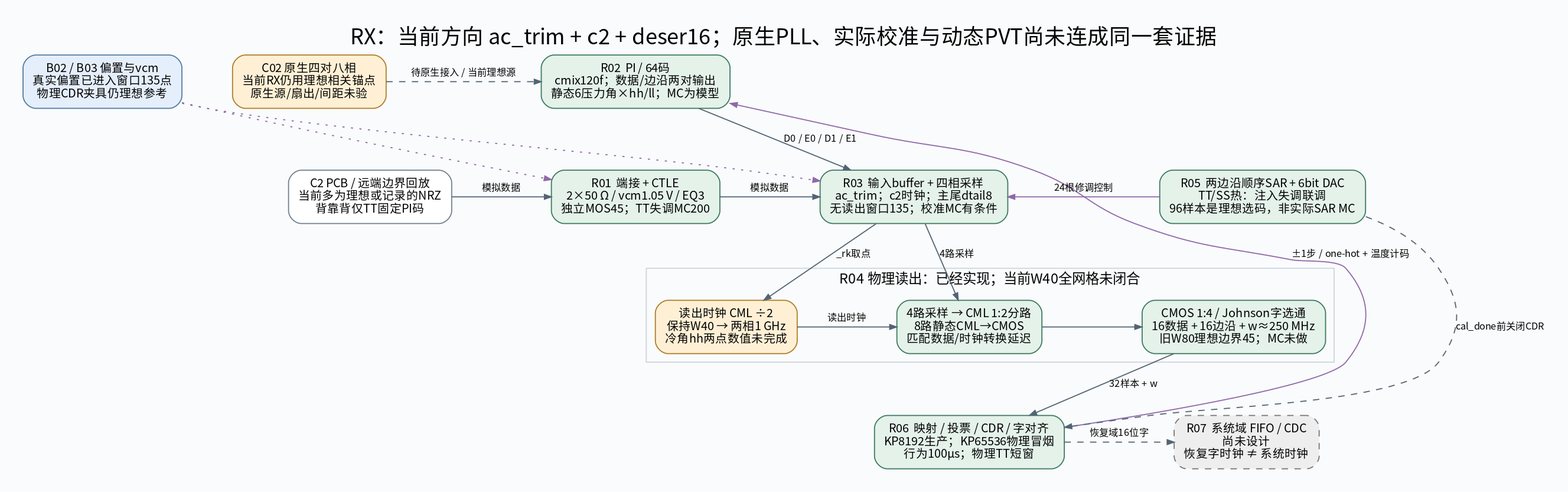
This is docs/figures/system/rx_blocks.png from whitedeerpro-arch/serdes_sky130, a Graphviz export, as it was before one commit. Its source is kept beside it as docs/figures/system/rx_blocks.dot. Source of this version:
```dot
digraph rx_blocks {
  graph [rankdir=TB, bgcolor="#fafbfc", pad=0.3, nodesep=0.65, ranksep=0.65, fontname="Noto Sans CJK SC", fontsize=20,
         labelloc=t, label="RX：当前方向 ac_trim + c2 + deser16；原生PLL、实际校准与动态PVT尚未连成同一套证据"];
  node [shape=box, style="rounded,filled", fillcolor="#e4f2ea", color="#3d7960", fontname="Noto Sans CJK SC", fontsize=11, margin="0.12,0.1"];
  edge [color="#526474", arrowsize=0.65, fontname="Noto Sans CJK SC", fontsize=9];
  INPUT [label="C2 PCB / 远端边界回放\n当前多为理想或记录的NRZ\n背靠背仅TT固定PI码", fillcolor="white", color="#708090"];
  ANCHOR [label="C02 原生四对八相\n当前RX仍用理想相关锚点\n原生源/扇出/间距未验", fillcolor="#fff0d5", color="#ae7d28"];
  BIAS [label="B02 / B03 偏置与vcm\n真实偏置已进入窗口135点\n物理CDR夹具仍理想参考", fillcolor="#e5eefb", color="#527ba0"];
  R01 [label="R01  端接 + CTLE\n2×50 Ω / vcm1.05 V / EQ3\n独立MOS45；TT失调MC200"];
  R02 [label="R02  PI / 64码\ncmix120f；数据/边沿两对输出\n静态6压力角×hh/ll；MC为模型"];
  R03 [label="R03  输入buffer + 四相采样\nac_trim；c2时钟；主尾dtail8\n无读出窗口135；校准MC有条件"];
  subgraph cluster_readout {
    label="R04 物理读出：已经实现；当前W40全网格未闭合"; color="#cbd6de"; fontsize=13;
    DIV [label="读出时钟 CML ÷2\n保持W40 → 两相1 GHz\n冷角hh两点数值未完成", fillcolor="#fff0d5", color="#ae7d28"];
    DEMUX [label="4路采样 → CML 1:2分路\n8路静态CML→CMOS\n匹配数据/时钟转换延迟"];
    DESER [label="CMOS 1:4 / Johnson字选通\n16数据 + 16边沿 + w≈250 MHz\n旧W80理想边界45；MC未做"];
    {rank=same; DIV; DEMUX; DESER;}
    DIV -> DEMUX [label="读出时钟"];
    DEMUX -> DESER;
  }
  R06 [label="R06  映射 / 投票 / CDR / 字对齐\nKP8192生产；KP65536物理冒烟\n行为100µs；物理TT短窗", fillcolor="#e4f2ea"];
  R05 [label="R05  两边沿顺序SAR + 6bit DAC\nTT/SS热：注入失调联调\n96样本是理想选码，非实际SAR MC"];
  R07 [label="R07  系统域 FIFO / CDC\n尚未设计\n恢复字时钟 ≠ 系统时钟", fillcolor="#eeeeee", color="#777777", style="rounded,filled,dashed"];
  {rank=same; ANCHOR; R02; BIAS;}
  {rank=same; INPUT; R01; R03; R05;}
  {rank=same; R06; R07;}
  R02 -> R01 [style=invis, weight=100];
  DEMUX -> R06 [style=invis, weight=100];
  INPUT -> R01 -> R03 [label="模拟数据"];
  ANCHOR -> R02 [style=dashed, label="待原生接入 / 当前理想源"];
  R02 -> R03 [label="D0 / E0 / D1 / E1"];
  R03 -> DEMUX [label="4路采样"];
  R03 -> DIV [label="_rk取点"];
  DESER -> R06 [label="32样本 + w"];
  R06 -> R07 [style=dashed, label="恢复域16位字"];
  R06 -> R02 [label="±1步 / one-hot + 温度计码", color="#8f68a9", constraint=false];
  R05 -> R03 [label="24根修调控制", color="#8f68a9", constraint=false];
  R05 -> R06 [style=dashed, label="cal_done前关闭CDR", constraint=false];
  BIAS -> R01 [style=dotted, color="#8f68a9", constraint=false];
  BIAS -> R03 [style=dotted, color="#8f68a9", constraint=false];
}
```
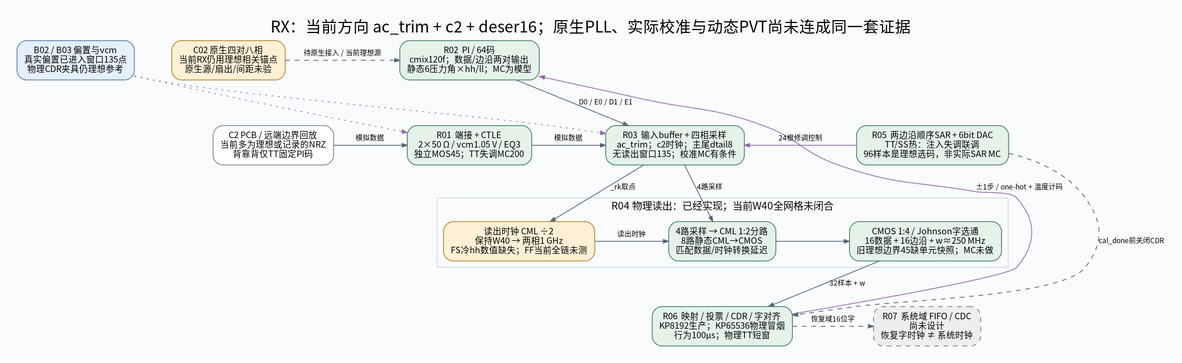
After the change.

Change to the diagram source:
```diff
@@ -11,9 +11,9 @@
   R03 [label="R03  输入buffer + 四相采样\nac_trim；c2时钟；主尾dtail8\n无读出窗口135；校准MC有条件"];
   subgraph cluster_readout {
     label="R04 物理读出：已经实现；当前W40全网格未闭合"; color="#cbd6de"; fontsize=13;
-    DIV [label="读出时钟 CML ÷2\n保持W40 → 两相1 GHz\n冷角hh两点数值未完成", fillcolor="#fff0d5", color="#ae7d28"];
+    DIV [label="读出时钟 CML ÷2\n保持W40 → 两相1 GHz\nFS冷hh数值缺失；FF当前全链未测", fillcolor="#fff0d5", color="#ae7d28"];
     DEMUX [label="4路采样 → CML 1:2分路\n8路静态CML→CMOS\n匹配数据/时钟转换延迟"];
-    DESER [label="CMOS 1:4 / Johnson字选通\n16数据 + 16边沿 + w≈250 MHz\n旧W80理想边界45；MC未做"];
+    DESER [label="CMOS 1:4 / Johnson字选通\n16数据 + 16边沿 + w≈250 MHz\n旧理想边界45缺单元快照；MC未做"];
     {rank=same; DIV; DEMUX; DESER;}
     DIV -> DEMUX [label="读出时钟"];
     DEMUX -> DESER;
```
